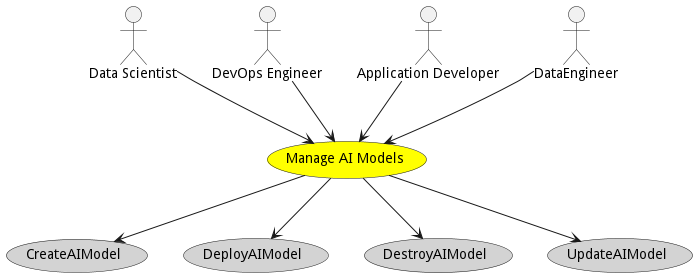
Before: docs/edgemere/aml/usecases/ManageAIModels/Activities.png, a diagram exported from PlantUML (madajaju/edgemere).
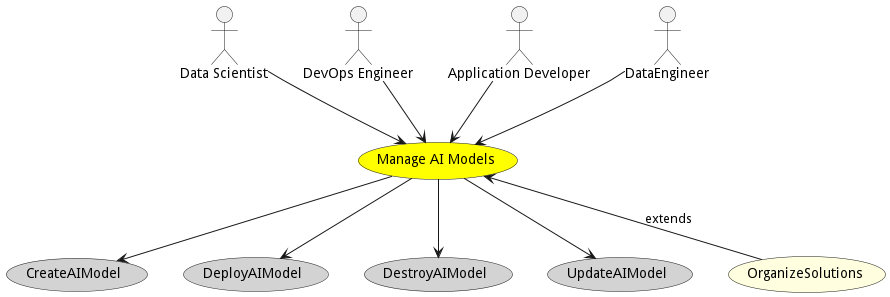
After the commit.

The edit, as a diff of the source:
```diff
@@ -39,6 +39,10 @@
 
 
 
+usecase "OrganizeSolutions" as OrganizeSolutions #lightyellow
+
+ManageAIModels <-- OrganizeSolutions : extends
+
 
 
 
```
